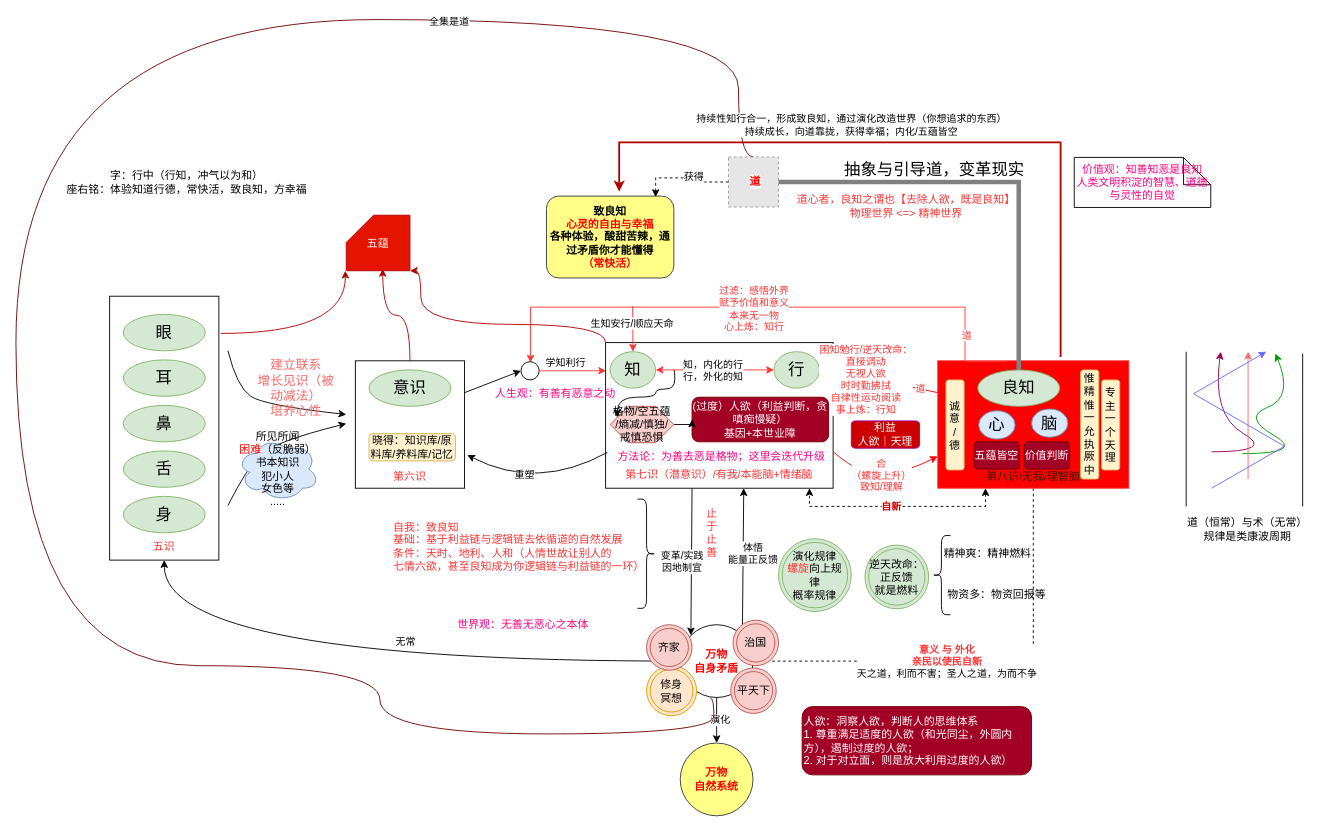
Earlier version of the draw.io diagram page "良知" (1 of 2) of xinxue.drawio (kason-huang/DrawIO). Source tidied: cells renumbered, new cells numbered last; positions are measured from the earlier drawing's top-left corner, leaving out a move shared by most shapes. Both pictures are drawn from the tidied source at 91%, with x=0, y=0 at pixel (15, 19). Pictures stored in the file or linked from it are replaced by grey dashed boxes.
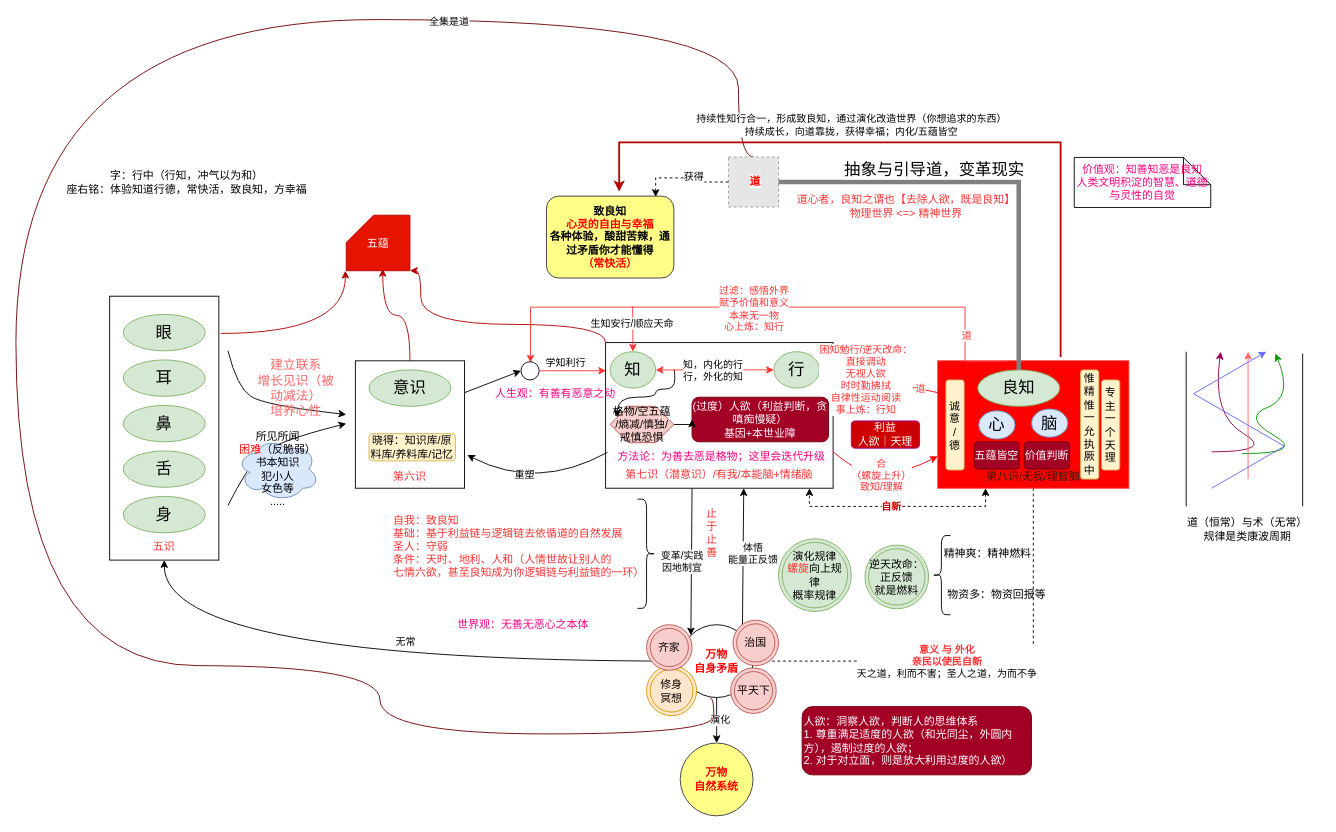
The same page after the edit.

The edit, as a diff of the source:
```diff
@@
-    <mxCell id="69" value="&lt;font color=&quot;#ff3333&quot;&gt;自我：致良知&lt;/font&gt;&lt;div&gt;&lt;font color=&quot;#ff3333&quot;&gt;基础：基于利益链与逻辑链去依循道的自然发展&lt;/font&gt;&lt;/div&gt;&lt;div&gt;&lt;font color=&quot;#ff3333&quot;&gt;条件：天时、地利、人和（人情世故让别人的&lt;/font&gt;&lt;/div&gt;&lt;div&gt;&lt;font color=&quot;#ff3333&quot;&gt;七情六欲，甚至良知成为你逻辑链与利益链的一环）&lt;/font&gt;&lt;/div&gt;" style="text;html=1;align=left;verticalAlign=middle;strokeColor=none;fillColor=none;" parent="1" vertex="1">
-      <mxGeometry x="413" y="544" width="300" height="70" as="geometry" />
+    <mxCell id="69" value="&lt;font color=&quot;#ff3333&quot;&gt;自我：致良知&lt;/font&gt;&lt;div&gt;&lt;font color=&quot;#ff3333&quot;&gt;基础：基于利益链与逻辑链去依循道的自然发展&lt;/font&gt;&lt;/div&gt;&lt;div&gt;&lt;font color=&quot;#ff3333&quot;&gt;圣人：守弱&lt;/font&gt;&lt;/div&gt;&lt;div&gt;&lt;font color=&quot;#ff3333&quot;&gt;条件：天时、地利、人和（人情世故让别人的&lt;/font&gt;&lt;/div&gt;&lt;div&gt;&lt;font color=&quot;#ff3333&quot;&gt;七情六欲，甚至良知成为你逻辑链与利益链的一环）&lt;/font&gt;&lt;/div&gt;" style="text;html=1;align=left;verticalAlign=middle;strokeColor=none;fillColor=none;" parent="1" vertex="1">
+      <mxGeometry x="413" y="534" width="300" height="90" as="geometry" />
     </mxCell>
```
